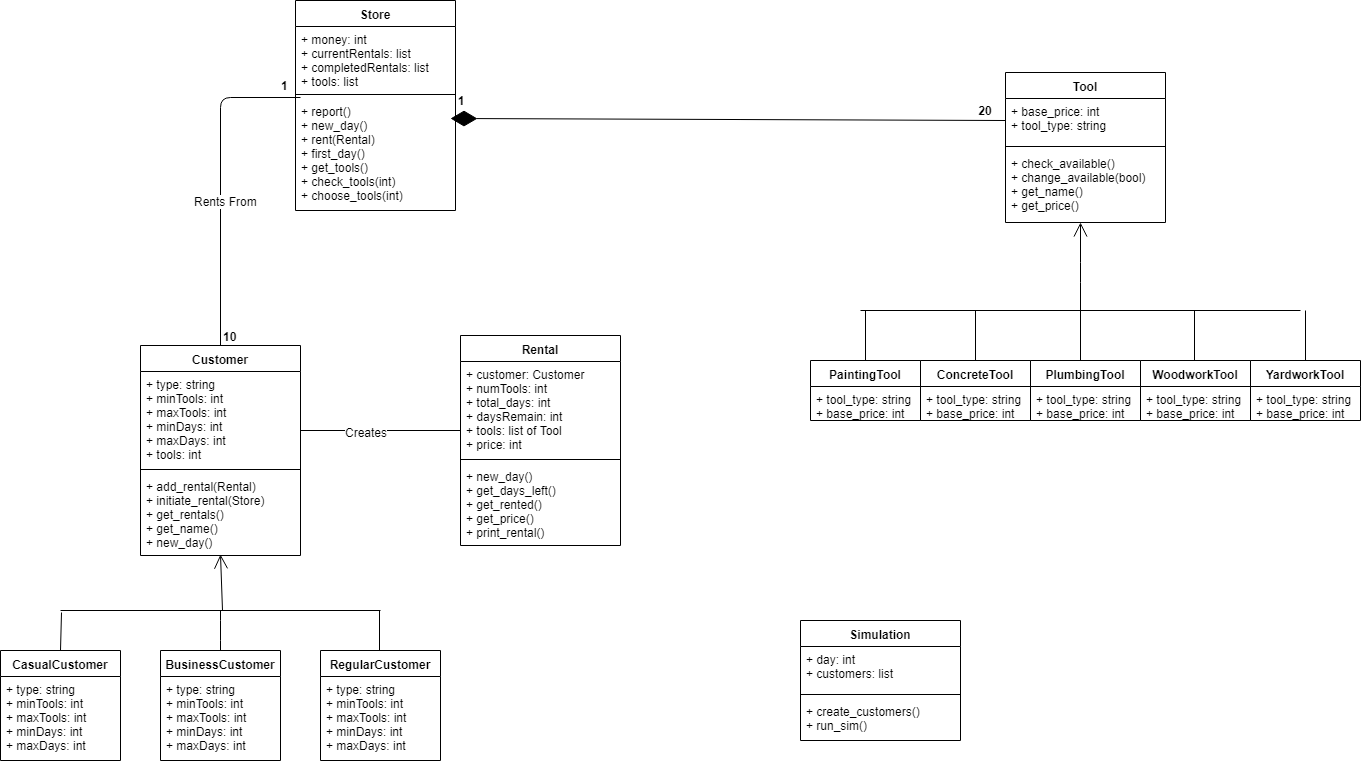
Above: Store UML Diagram.png in MugBergerFries/ObjectOriented (draw.io), before the change. Source tidied: cells renumbered, new cells last; positions are measured from the earlier drawing's top-left corner, leaving out a move shared by most shapes.
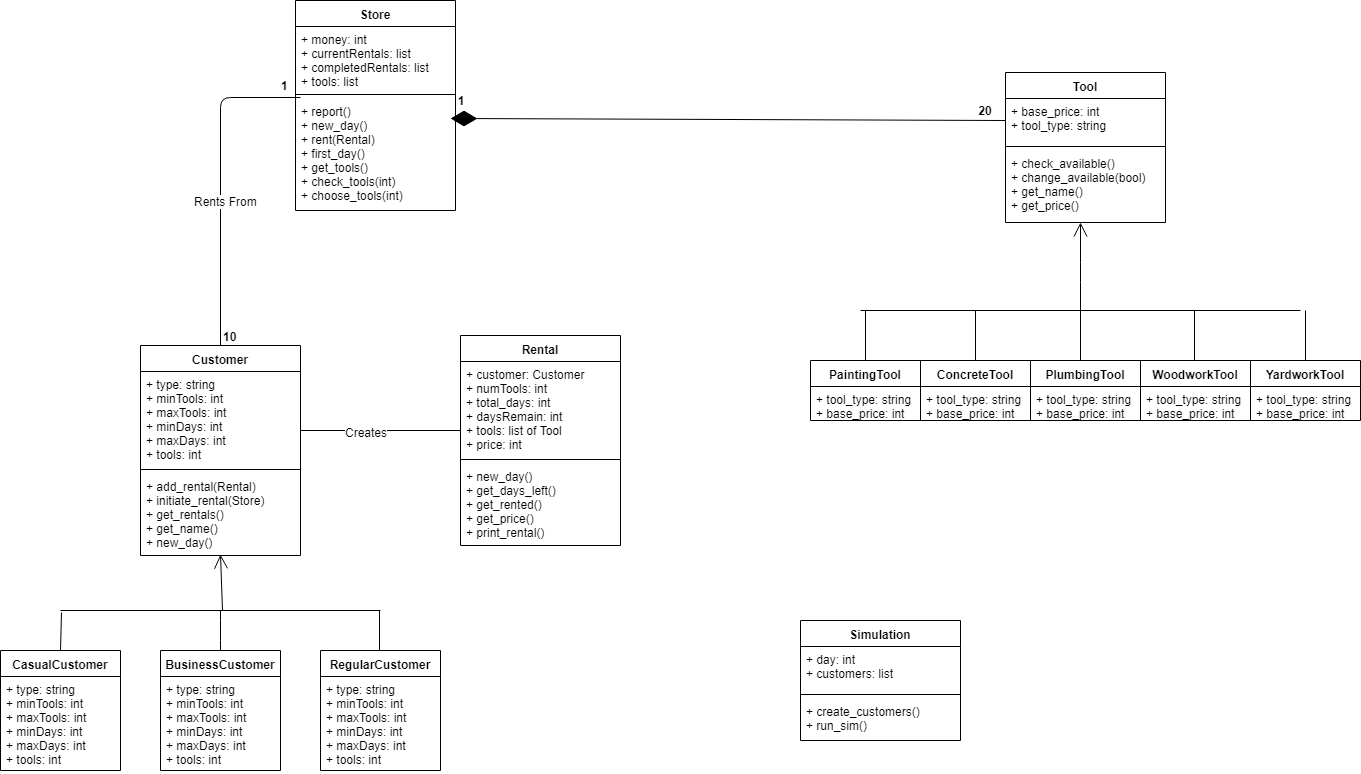
The same diagram one commit later.

What changed in the source:
```diff
@@ -124,22 +124,22 @@
       <mxGeometry y="128" width="160" height="82" as="geometry" />
     </mxCell>
     <mxCell id="34" value="CasualCustomer" style="swimlane;fontStyle=1;align=center;verticalAlign=top;horizontal=1;startSize=26;" parent="1" vertex="1">
-      <mxGeometry y="650" width="120" height="110" as="geometry" />
+      <mxGeometry y="650" width="120" height="120" as="geometry" />
     </mxCell>
-    <mxCell id="35" value="+ type: string&#10;+ minTools: int&#10;+ maxTools: int &#10;+ minDays: int &#10;+ maxDays: int &#10;" style="text;strokeColor=none;fillColor=none;align=left;verticalAlign=top;spacingLeft=4;spacingRight=4;overflow=hidden;" parent="34" vertex="1">
-      <mxGeometry y="26" width="120" height="84" as="geometry" />
+    <mxCell id="35" value="+ type: string&#10;+ minTools: int&#10;+ maxTools: int &#10;+ minDays: int &#10;+ maxDays: int &#10;+ tools: int " style="text;strokeColor=none;fillColor=none;align=left;verticalAlign=top;spacingLeft=4;spacingRight=4;overflow=hidden;" parent="34" vertex="1">
+      <mxGeometry y="26" width="120" height="94" as="geometry" />
     </mxCell>
     <mxCell id="36" value="BusinessCustomer" style="swimlane;fontStyle=1;align=center;verticalAlign=top;horizontal=1;startSize=26;" parent="1" vertex="1">
-      <mxGeometry x="160" y="650" width="120" height="110" as="geometry" />
+      <mxGeometry x="160" y="650" width="120" height="120" as="geometry" />
     </mxCell>
-    <mxCell id="37" value="+ type: string&#10;+ minTools: int&#10;+ maxTools: int &#10;+ minDays: int &#10;+ maxDays: int &#10;" style="text;strokeColor=none;fillColor=none;align=left;verticalAlign=top;spacingLeft=4;spacingRight=4;overflow=hidden;" parent="36" vertex="1">
-      <mxGeometry y="26" width="120" height="84" as="geometry" />
+    <mxCell id="37" value="+ type: string&#10;+ minTools: int&#10;+ maxTools: int &#10;+ minDays: int &#10;+ maxDays: int &#10;+ tools: int " style="text;strokeColor=none;fillColor=none;align=left;verticalAlign=top;spacingLeft=4;spacingRight=4;overflow=hidden;" parent="36" vertex="1">
+      <mxGeometry y="26" width="120" height="94" as="geometry" />
     </mxCell>
     <mxCell id="38" value="RegularCustomer" style="swimlane;fontStyle=1;align=center;verticalAlign=top;horizontal=1;startSize=26;" parent="1" vertex="1">
-      <mxGeometry x="320" y="650" width="120" height="110" as="geometry" />
+      <mxGeometry x="320" y="650" width="120" height="120" as="geometry" />
     </mxCell>
-    <mxCell id="39" value="+ type: string&#10;+ minTools: int&#10;+ maxTools: int &#10;+ minDays: int &#10;+ maxDays: int &#10;" style="text;strokeColor=none;fillColor=none;align=left;verticalAlign=top;spacingLeft=4;spacingRight=4;overflow=hidden;" parent="38" vertex="1">
-      <mxGeometry y="26" width="120" height="84" as="geometry" />
+    <mxCell id="39" value="+ type: string&#10;+ minTools: int&#10;+ maxTools: int &#10;+ minDays: int &#10;+ maxDays: int &#10;+ tools: int " style="text;strokeColor=none;fillColor=none;align=left;verticalAlign=top;spacingLeft=4;spacingRight=4;overflow=hidden;" parent="38" vertex="1">
+      <mxGeometry y="26" width="120" height="94" as="geometry" />
     </mxCell>
     <mxCell id="40" style="endArrow=none;html=1;exitX=0.5;exitY=0;exitDx=0;exitDy=0;" parent="1" edge="1">
       <mxGeometry relative="1" as="geometry">
```
